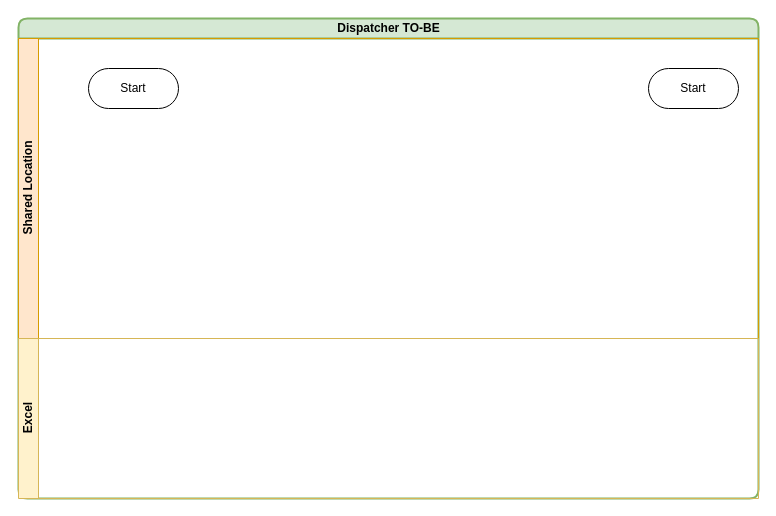
This is page "Dispatcher To-BE" (4 of 4) of _layouts/Untitled Diagram.drawio from Neha92/github-slideshow, a draw.io file, before an edit. Source tidied: cells renumbered, new cells numbered last; positions are measured from the earlier drawing's top-left corner, leaving out a move shared by most shapes. Both pictures are drawn from the tidied source at 100%, with x=0, y=0 at pixel (18, 18).
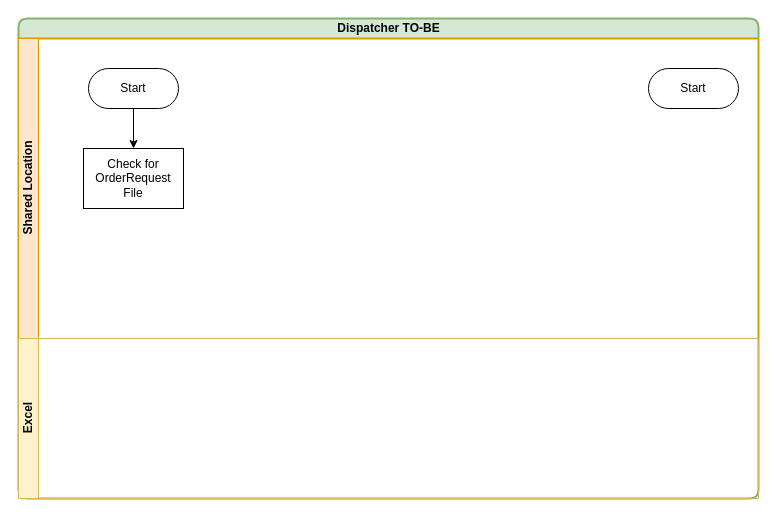
The same page after the edit.

What changed in the source:
```diff
@@
 <mxGraphModel>
   <root>
     <mxCell id="0" />
     <mxCell id="1" parent="0" />
     <mxCell id="2" value="&lt;span&gt;Dispatcher TO-BE&lt;/span&gt;" style="swimlane;html=1;horizontal=1;startSize=20;rounded=1;strokeColor=#82b366;strokeWidth=2;fillColor=#d5e8d4;" parent="1" vertex="1">
       <mxGeometry width="740" height="480" as="geometry" />
     </mxCell>
     <mxCell id="3" value="Shared Location" style="swimlane;html=1;startSize=20;horizontal=0;fillColor=#ffe6cc;strokeColor=#d79b00;" parent="2" vertex="1">
       <mxGeometry y="20" width="740" height="300" as="geometry" />
     </mxCell>
+    <mxCell id="7" style="edgeStyle=orthogonalEdgeStyle;rounded=0;jettySize=auto;html=1;exitX=0.5;exitY=1;exitDx=0;exitDy=0;entryX=0.5;entryY=0;entryDx=0;entryDy=0;" parent="3" edge="1" source="4" target="8">
+      <mxGeometry relative="1" as="geometry" />
+    </mxCell>
     <mxCell id="4" value="Start" style="rounded=1;whiteSpace=wrap;html=1;arcSize=50;" parent="3" vertex="1">
       <mxGeometry x="70" y="30" width="90" height="40" as="geometry" />
     </mxCell>
     <mxCell id="5" value="Start" style="rounded=1;whiteSpace=wrap;html=1;arcSize=50;" parent="3" vertex="1">
       <mxGeometry x="630" y="30" width="90" height="40" as="geometry" />
     </mxCell>
+    <mxCell id="8" value="Check for OrderRequest File" style="rounded=0;whiteSpace=wrap;html=1;" parent="3" vertex="1">
+      <mxGeometry x="65" y="110" width="100" height="60" as="geometry" />
+    </mxCell>
     <mxCell id="6" value="Excel" style="swimlane;html=1;startSize=20;horizontal=0;fillColor=#fff2cc;strokeColor=#d6b656;" parent="2" vertex="1">
       <mxGeometry y="320" width="740" height="160" as="geometry" />
     </mxCell>
   </root>
 </mxGraphModel>
```
